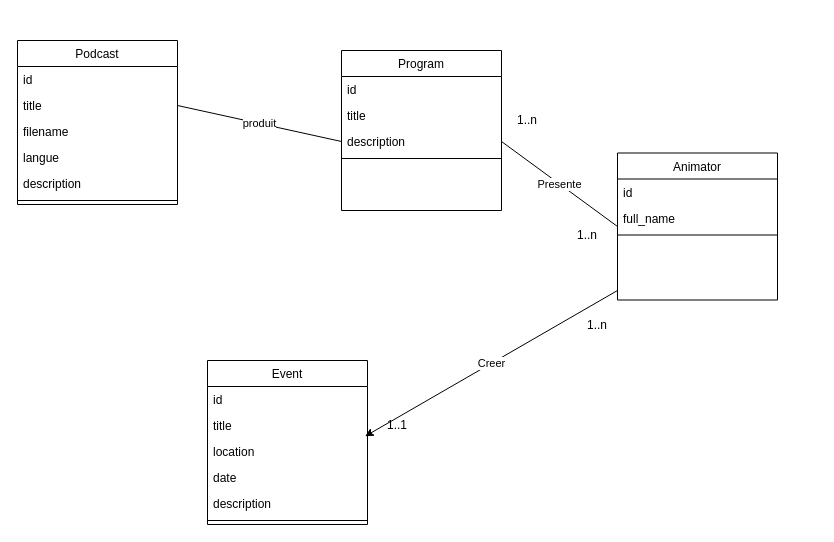
Earlier version of the draw.io diagram conception.drawio (arseneRuben/Prog1144). Source tidied: cells renumbered, new cells numbered last; positions are measured from the earlier drawing's top-left corner, leaving out a move shared by most shapes. Both pictures are drawn from the tidied source at 100%, with x=0, y=0 at pixel (17, 40).
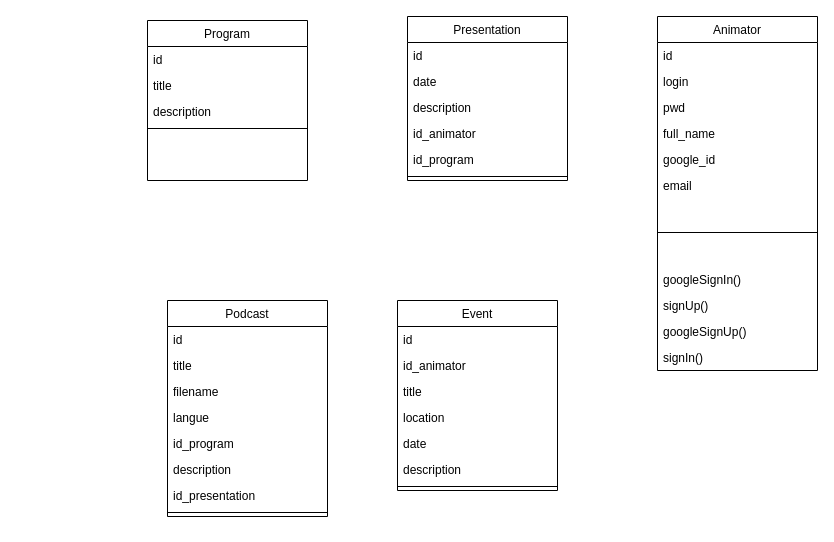
The same diagram, later.

Commit message:
modelisation de la bd(partielle)

Unchanged cells that the change refers to:
```xml
<mxCell id="5" value="description" style="text;align=left;verticalAlign=top;spacingLeft=4;spacingRight=4;overflow=hidden;points=[[0,0.5],[1,0.5]];portConstraint=eastwest;rounded=0;shadow=0;html=0;" parent="2" vertex="1">
  <mxGeometry y="78" width="160" height="26" as="geometry" />
</mxCell>
<mxCell id="26" value="title" style="text;align=left;verticalAlign=top;spacingLeft=4;spacingRight=4;overflow=hidden;points=[[0,0.5],[1,0.5]];portConstraint=eastwest;rounded=0;shadow=0;html=0;" parent="24" vertex="1">
  <mxGeometry y="52" width="160" height="26" as="geometry" />
</mxCell>
```

What changed in the source:
```diff
@@
     <mxCell id="2" value="Program" style="swimlane;fontStyle=0;align=center;verticalAlign=top;horizontal=1;startSize=26;rounded=0;shadow=0;strokeWidth=1;" parent="1" vertex="1">
-      <mxGeometry x="324" y="10" width="160" height="160" as="geometry" />
+      <mxGeometry x="130" y="-20" width="160" height="160" as="geometry" />
     </mxCell>
@@
     <mxCell id="7" value="Animator" style="swimlane;fontStyle=0;align=center;verticalAlign=top;horizontal=1;startSize=26;rounded=0;shadow=0;strokeWidth=1;" parent="1" vertex="1">
-      <mxGeometry x="600" y="112.5" width="160" height="147" as="geometry" />
+      <mxGeometry x="640" y="-24" width="160" height="354" as="geometry" />
     </mxCell>
@@
+    <mxCell id="32" value="login" style="text;align=left;verticalAlign=top;spacingLeft=4;spacingRight=4;overflow=hidden;rounded=0;shadow=0;html=0;" parent="7" vertex="1">
+      <mxGeometry y="52" width="160" height="26" as="geometry" />
+    </mxCell>
+    <mxCell id="33" value="pwd" style="text;align=left;verticalAlign=top;spacingLeft=4;spacingRight=4;overflow=hidden;rounded=0;shadow=0;html=0;" parent="7" vertex="1">
+      <mxGeometry y="78" width="160" height="26" as="geometry" />
+    </mxCell>
     <mxCell id="9" value="full_name" style="text;align=left;verticalAlign=top;spacingLeft=4;spacingRight=4;overflow=hidden;rounded=0;shadow=0;html=0;" parent="7" vertex="1">
-      <mxGeometry y="52" width="160" height="26" as="geometry" />
+      <mxGeometry y="104" width="160" height="26" as="geometry" />
     </mxCell>
+    <mxCell id="34" value="google_id" style="text;align=left;verticalAlign=top;spacingLeft=4;spacingRight=4;overflow=hidden;rounded=0;shadow=0;html=0;" parent="7" vertex="1">
+      <mxGeometry y="130" width="160" height="26" as="geometry" />
+    </mxCell>
+    <mxCell id="35" value="email" style="text;align=left;verticalAlign=top;spacingLeft=4;spacingRight=4;overflow=hidden;rounded=0;shadow=0;html=0;" parent="7" vertex="1">
+      <mxGeometry y="156" width="160" height="26" as="geometry" />
+    </mxCell>
     <mxCell id="10" style="line;html=1;strokeWidth=1;align=left;verticalAlign=middle;spacingTop=-1;spacingLeft=3;spacingRight=3;labelPosition=right;" parent="7" vertex="1">
-      <mxGeometry y="78" width="160" height="8" as="geometry" />
+      <mxGeometry y="182" width="160" height="68" as="geometry" />
     </mxCell>
-    <mxCell id="11" value="Presente" style="endArrow=none;html=1;rounded=0;entryX=0;entryY=0.5;entryDx=0;entryDy=0;exitX=1;exitY=0.5;exitDx=0;exitDy=0;" parent="1" edge="1" source="5" target="7">
-      <mxGeometry relative="1" as="geometry" />
-    </mxCell>
-    <mxCell id="12" value="1..n" style="text;html=1;align=center;verticalAlign=middle;whiteSpace=wrap;rounded=0;" parent="1" vertex="1">
-      <mxGeometry x="540" y="180" width="60" height="30" as="geometry" />
-    </mxCell>
-    <mxCell id="13" value="1..n" style="text;html=1;align=center;verticalAlign=middle;whiteSpace=wrap;rounded=0;" parent="1" vertex="1">
-      <mxGeometry x="480" y="65" width="60" height="30" as="geometry" />
-    </mxCell>
+    <mxCell id="36" value="googleSignIn()" style="text;align=left;verticalAlign=top;spacingLeft=4;spacingRight=4;overflow=hidden;rounded=0;shadow=0;html=0;" parent="7" vertex="1">
+      <mxGeometry y="250" width="160" height="26" as="geometry" />
+    </mxCell>
+    <mxCell id="37" value="signUp()" style="text;align=left;verticalAlign=top;spacingLeft=4;spacingRight=4;overflow=hidden;rounded=0;shadow=0;html=0;" parent="7" vertex="1">
+      <mxGeometry y="276" width="160" height="26" as="geometry" />
+    </mxCell>
+    <mxCell id="38" value="googleSignUp()" style="text;align=left;verticalAlign=top;spacingLeft=4;spacingRight=4;overflow=hidden;rounded=0;shadow=0;html=0;" parent="7" vertex="1">
+      <mxGeometry y="302" width="160" height="26" as="geometry" />
+    </mxCell>
+    <mxCell id="39" value="signIn()" style="text;align=left;verticalAlign=top;spacingLeft=4;spacingRight=4;overflow=hidden;rounded=0;shadow=0;html=0;" parent="7" vertex="1">
+      <mxGeometry y="328" width="160" height="26" as="geometry" />
+    </mxCell>
     <mxCell id="14" value="Event" style="swimlane;fontStyle=0;align=center;verticalAlign=top;horizontal=1;startSize=26;rounded=0;shadow=0;strokeWidth=1;" parent="1" vertex="1">
-      <mxGeometry x="190" y="320" width="160" height="164" as="geometry" />
+      <mxGeometry x="380" y="260" width="160" height="190" as="geometry" />
     </mxCell>
@@
+    <mxCell id="40" value="id_animator" style="text;align=left;verticalAlign=top;spacingLeft=4;spacingRight=4;overflow=hidden;rounded=0;shadow=0;html=0;" parent="14" vertex="1">
+      <mxGeometry y="52" width="160" height="26" as="geometry" />
+    </mxCell>
     <mxCell id="16" value="title" style="text;align=left;verticalAlign=top;spacingLeft=4;spacingRight=4;overflow=hidden;rounded=0;shadow=0;html=0;" parent="14" vertex="1">
-      <mxGeometry y="52" width="160" height="26" as="geometry" />
+      <mxGeometry y="78" width="160" height="26" as="geometry" />
     </mxCell>
     <mxCell id="17" value="location" style="text;align=left;verticalAlign=top;spacingLeft=4;spacingRight=4;overflow=hidden;points=[[0,0.5],[1,0.5]];portConstraint=eastwest;rounded=0;shadow=0;html=0;" parent="14" vertex="1">
-      <mxGeometry y="78" width="160" height="26" as="geometry" />
+      <mxGeometry y="104" width="160" height="26" as="geometry" />
     </mxCell>
     <mxCell id="18" value="date" style="text;align=left;verticalAlign=top;spacingLeft=4;spacingRight=4;overflow=hidden;rounded=0;shadow=0;html=0;" parent="14" vertex="1">
-      <mxGeometry y="104" width="160" height="26" as="geometry" />
+      <mxGeometry y="130" width="160" height="26" as="geometry" />
     </mxCell>
     <mxCell id="19" value="description" style="text;align=left;verticalAlign=top;spacingLeft=4;spacingRight=4;overflow=hidden;rounded=0;shadow=0;html=0;" parent="14" vertex="1">
-      <mxGeometry y="130" width="160" height="26" as="geometry" />
+      <mxGeometry y="156" width="160" height="26" as="geometry" />
     </mxCell>
     <mxCell id="20" style="line;html=1;strokeWidth=1;align=left;verticalAlign=middle;spacingTop=-1;spacingLeft=3;spacingRight=3;labelPosition=right;" parent="14" vertex="1">
-      <mxGeometry y="156" width="160" height="8" as="geometry" />
+      <mxGeometry y="182" width="160" height="8" as="geometry" />
     </mxCell>
-    <mxCell id="21" value="Creer" style="endArrow=classic;html=1;rounded=0;entryX=0.985;entryY=-0.085;entryDx=0;entryDy=0;entryPerimeter=0;" parent="1" edge="1" target="17">
-      <mxGeometry relative="1" as="geometry">
-        <mxPoint x="600" y="250" as="sourcePoint" />
-      </mxGeometry>
-    </mxCell>
-    <mxCell id="22" value="1..n" style="text;html=1;align=center;verticalAlign=middle;whiteSpace=wrap;rounded=0;" parent="1" vertex="1">
-      <mxGeometry x="550" y="270" width="60" height="30" as="geometry" />
-    </mxCell>
-    <mxCell id="23" value="1..1" style="text;html=1;align=center;verticalAlign=middle;whiteSpace=wrap;rounded=0;" parent="1" vertex="1">
-      <mxGeometry x="350" y="370" width="60" height="30" as="geometry" />
-    </mxCell>
     <mxCell id="24" value="Podcast" style="swimlane;fontStyle=0;align=center;verticalAlign=top;horizontal=1;startSize=26;rounded=0;shadow=0;strokeWidth=1;" parent="1" vertex="1">
-      <mxGeometry width="160" height="164" as="geometry" />
+      <mxGeometry x="150" y="260" width="160" height="216" as="geometry" />
     </mxCell>
@@
+    <mxCell id="41" value="id_program" style="text;align=left;verticalAlign=top;spacingLeft=4;spacingRight=4;overflow=hidden;rounded=0;shadow=0;html=0;" parent="24" vertex="1">
+      <mxGeometry y="130" width="160" height="26" as="geometry" />
+    </mxCell>
     <mxCell id="29" value="description" style="text;align=left;verticalAlign=top;spacingLeft=4;spacingRight=4;overflow=hidden;rounded=0;shadow=0;html=0;" parent="24" vertex="1">
-      <mxGeometry y="130" width="160" height="26" as="geometry" />
+      <mxGeometry y="156" width="160" height="26" as="geometry" />
     </mxCell>
+    <mxCell id="42" value="id_presentation" style="text;align=left;verticalAlign=top;spacingLeft=4;spacingRight=4;overflow=hidden;rounded=0;shadow=0;html=0;" parent="24" vertex="1">
+      <mxGeometry y="182" width="160" height="26" as="geometry" />
+    </mxCell>
     <mxCell id="30" style="line;html=1;strokeWidth=1;align=left;verticalAlign=middle;spacingTop=-1;spacingLeft=3;spacingRight=3;labelPosition=right;" parent="24" vertex="1">
-      <mxGeometry y="156" width="160" height="8" as="geometry" />
+      <mxGeometry y="208" width="160" height="8" as="geometry" />
     </mxCell>
-    <mxCell id="31" value="produit" style="endArrow=none;html=1;rounded=0;entryX=0;entryY=0.5;entryDx=0;entryDy=0;exitX=1;exitY=0.5;exitDx=0;exitDy=0;" parent="1" edge="1" source="26" target="5">
-      <mxGeometry relative="1" as="geometry" />
-    </mxCell>
+    <mxCell id="43" value="Presentation" style="swimlane;fontStyle=0;align=center;verticalAlign=top;horizontal=1;startSize=26;rounded=0;shadow=0;strokeWidth=1;" parent="1" vertex="1">
+      <mxGeometry x="390" y="-24" width="160" height="164" as="geometry" />
+    </mxCell>
+    <mxCell id="44" value="id" style="text;align=left;verticalAlign=top;spacingLeft=4;spacingRight=4;overflow=hidden;" parent="43" vertex="1">
+      <mxGeometry y="26" width="160" height="26" as="geometry" />
+    </mxCell>
+    <mxCell id="45" value="date" style="text;align=left;verticalAlign=top;spacingLeft=4;spacingRight=4;overflow=hidden;rounded=0;shadow=0;html=0;" parent="43" vertex="1">
+      <mxGeometry y="52" width="160" height="26" as="geometry" />
+    </mxCell>
+    <mxCell id="46" value="description" style="text;align=left;verticalAlign=top;spacingLeft=4;spacingRight=4;overflow=hidden;rounded=0;shadow=0;html=0;" parent="43" vertex="1">
+      <mxGeometry y="78" width="160" height="26" as="geometry" />
+    </mxCell>
+    <mxCell id="47" value="id_animator" style="text;align=left;verticalAlign=top;spacingLeft=4;spacingRight=4;overflow=hidden;rounded=0;shadow=0;html=0;" parent="43" vertex="1">
+      <mxGeometry y="104" width="160" height="26" as="geometry" />
+    </mxCell>
+    <mxCell id="48" value="id_program" style="text;align=left;verticalAlign=top;spacingLeft=4;spacingRight=4;overflow=hidden;rounded=0;shadow=0;html=0;" parent="43" vertex="1">
+      <mxGeometry y="130" width="160" height="26" as="geometry" />
+    </mxCell>
+    <mxCell id="49" style="line;html=1;strokeWidth=1;align=left;verticalAlign=middle;spacingTop=-1;spacingLeft=3;spacingRight=3;labelPosition=right;" parent="43" vertex="1">
+      <mxGeometry y="156" width="160" height="8" as="geometry" />
+    </mxCell>
```
